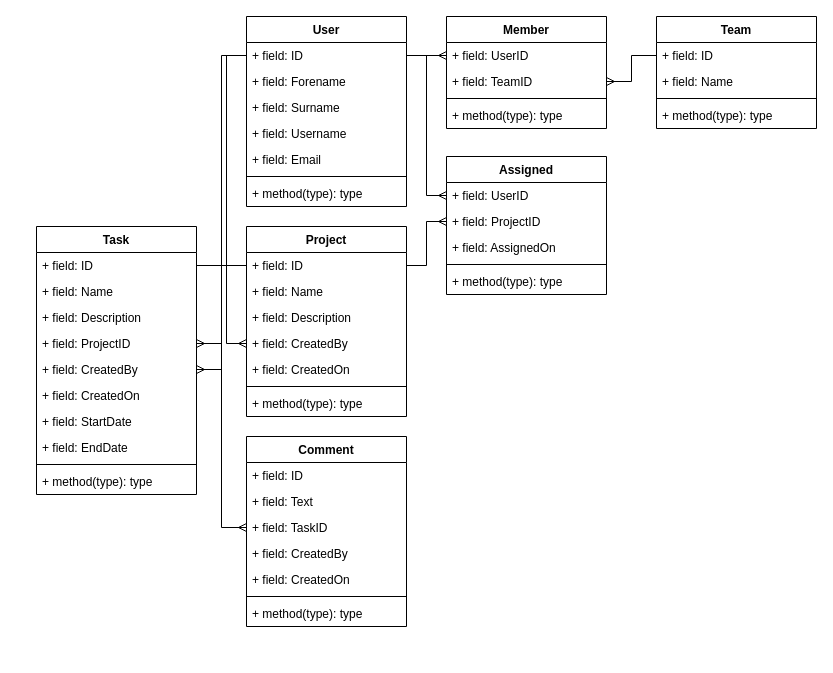
Before: ER Diagram.drawio in NomadsCodingClub/ProjectTracker, a draw.io diagram. Source tidied: cells renumbered, new cells numbered last; positions are measured from the earlier drawing's top-left corner, leaving out a move shared by most shapes. Both pictures are drawn from the tidied source at 100%, with x=0, y=0 at pixel (36, 16).
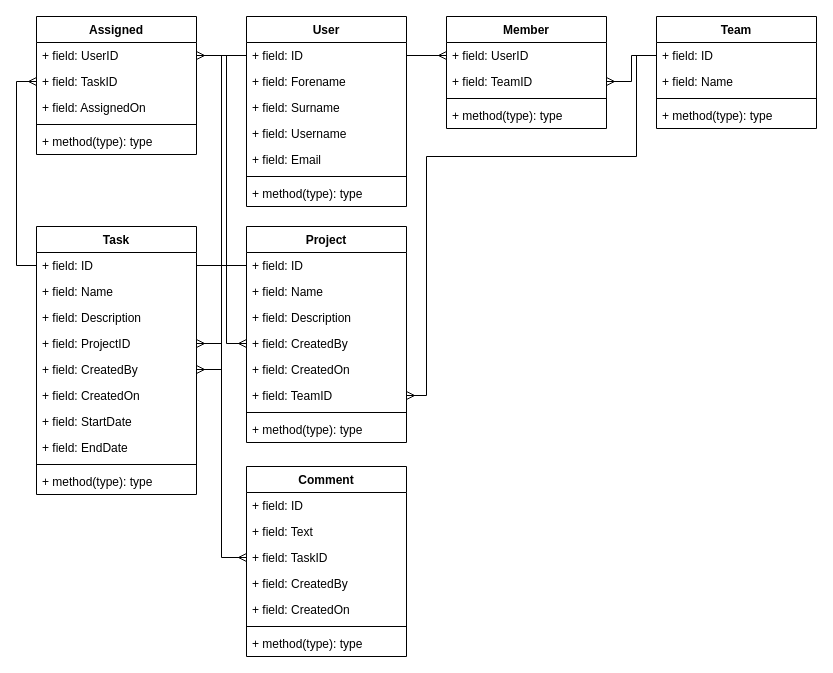
The same diagram, later.

Unchanged cells that the change refers to:
```xml
<mxCell id="3" value="+ field: ID" style="text;strokeColor=none;fillColor=none;align=left;verticalAlign=top;spacingLeft=4;spacingRight=4;overflow=hidden;points=[[0,0.5],[1,0.5]];portConstraint=eastwest;" parent="2" vertex="1">
  <mxGeometry y="26" width="160" height="26" as="geometry" />
</mxCell>
<mxCell id="16" value="+ field: ID" style="text;strokeColor=none;fillColor=none;align=left;verticalAlign=top;spacingLeft=4;spacingRight=4;overflow=hidden;points=[[0,0.5],[1,0.5]];portConstraint=eastwest;" parent="15" vertex="1">
  <mxGeometry y="26" width="160" height="26" as="geometry" />
</mxCell>
<mxCell id="23" value="+ field: ID" style="text;strokeColor=none;fillColor=none;align=left;verticalAlign=top;spacingLeft=4;spacingRight=4;overflow=hidden;points=[[0,0.5],[1,0.5]];portConstraint=eastwest;" parent="22" vertex="1">
  <mxGeometry y="26" width="160" height="26" as="geometry" />
</mxCell>
<mxCell id="32" value="+ field: UserID" style="text;strokeColor=none;fillColor=none;align=left;verticalAlign=top;spacingLeft=4;spacingRight=4;overflow=hidden;points=[[0,0.5],[1,0.5]];portConstraint=eastwest;" parent="31" vertex="1">
  <mxGeometry y="26" width="160" height="26" as="geometry" />
</mxCell>
<mxCell id="38" value="+ field: ID" style="text;strokeColor=none;fillColor=none;align=left;verticalAlign=top;spacingLeft=4;spacingRight=4;overflow=hidden;points=[[0,0.5],[1,0.5]];portConstraint=eastwest;" parent="37" vertex="1">
  <mxGeometry y="26" width="160" height="26" as="geometry" />
</mxCell>
```

What changed in the source:
```diff
@@
     <mxCell id="22" value="Project" style="swimlane;fontStyle=1;align=center;verticalAlign=top;horizontal=1;startSize=26;" parent="1" vertex="1">
-      <mxGeometry x="210" y="210" width="160" height="190" as="geometry" />
+      <mxGeometry x="210" y="210" width="160" height="216" as="geometry" />
     </mxCell>
@@
+    <mxCell id="61" value="+ field: TeamID" style="text;strokeColor=none;fillColor=none;align=left;verticalAlign=top;spacingLeft=4;spacingRight=4;overflow=hidden;points=[[0,0.5],[1,0.5]];portConstraint=eastwest;" parent="22" vertex="1">
+      <mxGeometry y="156" width="160" height="26" as="geometry" />
+    </mxCell>
     <mxCell id="28" style="line;strokeWidth=1;fillColor=none;align=left;verticalAlign=middle;spacingTop=-1;spacingLeft=3;spacingRight=3;labelPosition=right;" parent="22" vertex="1">
-      <mxGeometry y="156" width="160" height="8" as="geometry" />
+      <mxGeometry y="182" width="160" height="8" as="geometry" />
     </mxCell>
     <mxCell id="29" value="+ method(type): type" style="text;strokeColor=none;fillColor=none;align=left;verticalAlign=top;spacingLeft=4;spacingRight=4;overflow=hidden;" parent="22" vertex="1">
-      <mxGeometry y="164" width="160" height="26" as="geometry" />
+      <mxGeometry y="190" width="160" height="26" as="geometry" />
     </mxCell>
@@
     <mxCell id="31" value="Assigned" style="swimlane;fontStyle=1;align=center;verticalAlign=top;horizontal=1;startSize=26;" parent="1" vertex="1">
-      <mxGeometry x="410" y="140" width="160" height="138" as="geometry" />
+      <mxGeometry width="160" height="138" as="geometry" />
     </mxCell>
@@
-    <mxCell id="33" value="+ field: ProjectID" style="text;strokeColor=none;fillColor=none;align=left;verticalAlign=top;spacingLeft=4;spacingRight=4;overflow=hidden;points=[[0,0.5],[1,0.5]];portConstraint=eastwest;" parent="31" vertex="1">
+    <mxCell id="33" value="+ field: TaskID" style="text;strokeColor=none;fillColor=none;align=left;verticalAlign=top;spacingLeft=4;spacingRight=4;overflow=hidden;points=[[0,0.5],[1,0.5]];portConstraint=eastwest;" parent="31" vertex="1">
       <mxGeometry y="52" width="160" height="26" as="geometry" />
     </mxCell>
@@
-    <mxCell id="48" style="edgeStyle=orthogonalEdgeStyle;rounded=0;jettySize=auto;html=1;exitX=1;exitY=0.5;exitDx=0;exitDy=0;entryX=0;entryY=0.5;entryDx=0;entryDy=0;endArrow=ERmany;endFill=0;" parent="1" edge="1" source="3" target="32">
-      <mxGeometry relative="1" as="geometry" />
-    </mxCell>
-    <mxCell id="49" style="edgeStyle=orthogonalEdgeStyle;rounded=0;jettySize=auto;html=1;exitX=1;exitY=0.5;exitDx=0;exitDy=0;entryX=0;entryY=0.5;entryDx=0;entryDy=0;endArrow=ERmany;endFill=0;" parent="1" edge="1" source="23" target="33">
-      <mxGeometry relative="1" as="geometry" />
-    </mxCell>
@@
     <mxCell id="52" value="Comment" style="swimlane;fontStyle=1;align=center;verticalAlign=top;horizontal=1;startSize=26;" parent="1" vertex="1">
-      <mxGeometry x="210" y="420" width="160" height="190" as="geometry" />
+      <mxGeometry x="210" y="450" width="160" height="190" as="geometry" />
     </mxCell>
@@
+    <mxCell id="62" style="edgeStyle=orthogonalEdgeStyle;rounded=0;jettySize=auto;html=1;exitX=0;exitY=0.5;exitDx=0;exitDy=0;entryX=1;entryY=0.5;entryDx=0;entryDy=0;endArrow=ERmany;endFill=0;" parent="1" edge="1" source="16" target="61">
+      <mxGeometry relative="1" as="geometry">
+        <Array as="points">
+          <mxPoint x="600" y="39" />
+          <mxPoint x="600" y="140" />
+          <mxPoint x="390" y="140" />
+          <mxPoint x="390" y="379" />
+        </Array>
+      </mxGeometry>
+    </mxCell>
+    <mxCell id="48" style="edgeStyle=orthogonalEdgeStyle;rounded=0;jettySize=auto;html=1;exitX=0;exitY=0.5;exitDx=0;exitDy=0;entryX=1;entryY=0.5;entryDx=0;entryDy=0;endArrow=ERmany;endFill=0;" parent="1" edge="1" source="3" target="32">
+      <mxGeometry relative="1" as="geometry" />
+    </mxCell>
+    <mxCell id="63" style="edgeStyle=orthogonalEdgeStyle;rounded=0;jettySize=auto;html=1;exitX=0;exitY=0.5;exitDx=0;exitDy=0;entryX=0;entryY=0.5;entryDx=0;entryDy=0;endArrow=ERmany;endFill=0;" parent="1" edge="1" source="38" target="33">
+      <mxGeometry relative="1" as="geometry" />
+    </mxCell>
```
